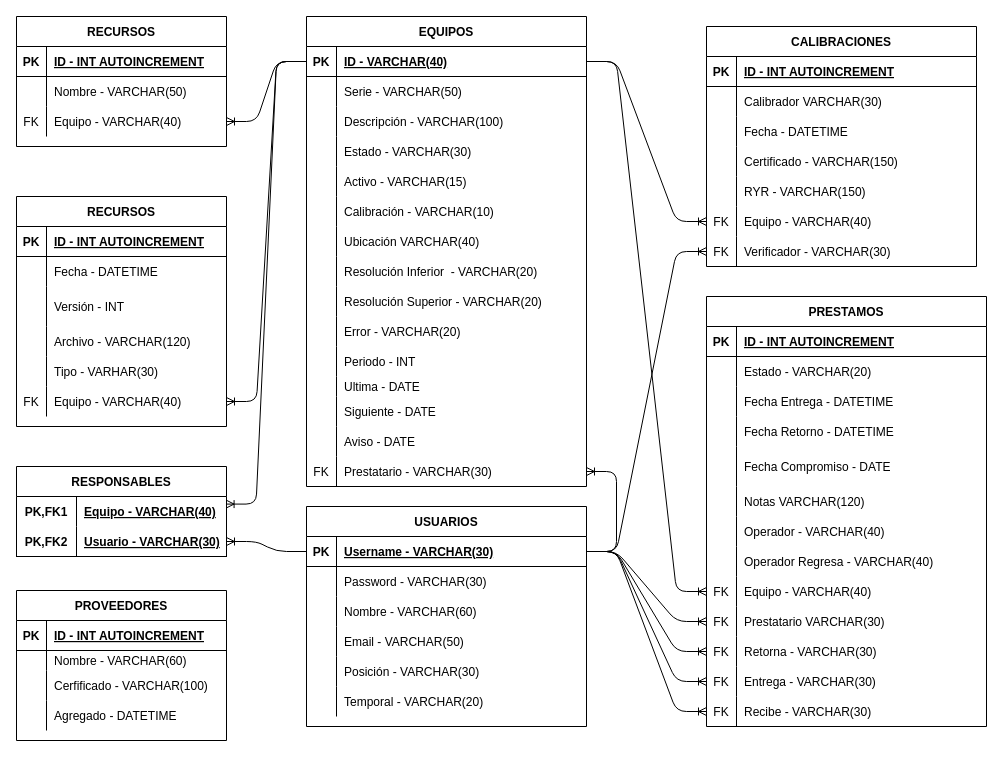
This is api/db/model/Diagrama de Tablas.drawio from FFahrenheit/Calibraciones-API, a draw.io file, before an edit. Source tidied: cells renumbered, new cells numbered last; positions are measured from the earlier drawing's top-left corner, leaving out a move shared by most shapes. Both pictures are drawn from the tidied source at 100%, with x=0, y=0 at pixel (16, 16).
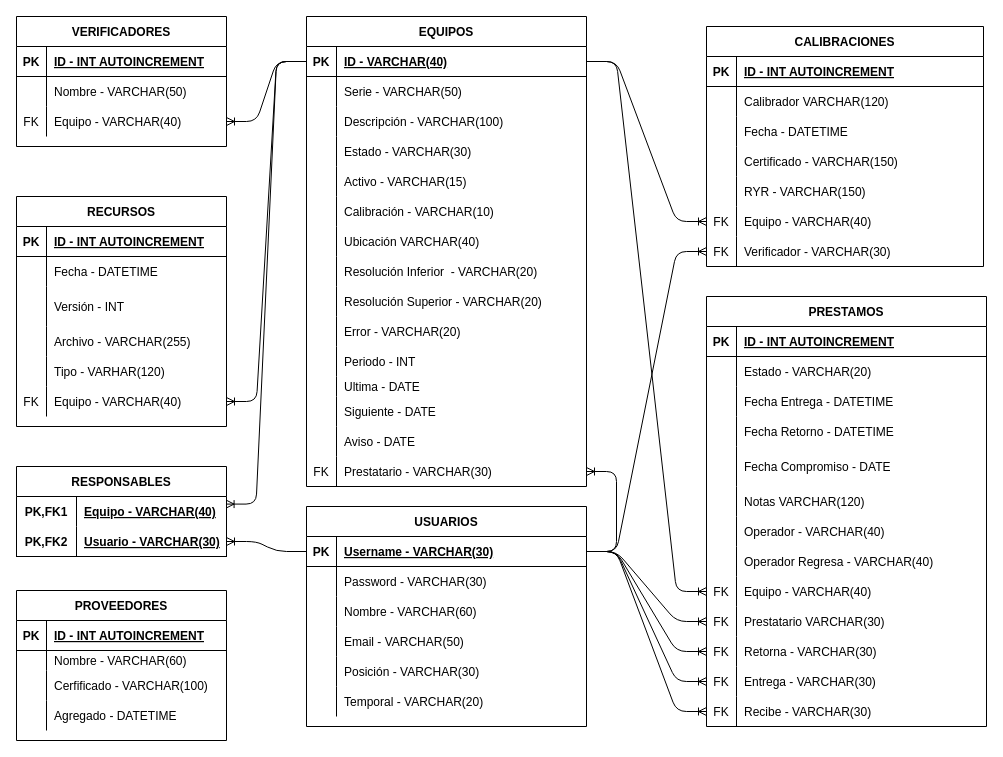
After the change.

Commit message (it also covers changes not shown here):
Actualizad tamaño de columnas para evitar truncado

The change refers to these unchanged cells:
```xml
<mxCell id="78" style="shape=partialRectangle;fillColor=none;top=0;left=0;bottom=0;right=0;" parent="68" vertex="1">
  <mxGeometry y="130" width="210" height="30" as="geometry" />
</mxCell>
<mxCell id="81" style="shape=partialRectangle;fillColor=none;top=0;left=0;bottom=0;right=0;" parent="68" vertex="1">
  <mxGeometry y="160" width="210" height="30" as="geometry" />
</mxCell>
```

Diff of the diagram source:
```diff
@@
-    <mxCell id="80" value="Archivo - VARCHAR(120)" style="shape=partialRectangle;fillColor=none;top=0;left=0;bottom=0;right=0;align=left;spacingLeft=6;overflow=hidden;" parent="78" vertex="1">
+    <mxCell id="80" value="Archivo - VARCHAR(255)" style="shape=partialRectangle;fillColor=none;top=0;left=0;bottom=0;right=0;align=left;spacingLeft=6;overflow=hidden;" parent="78" vertex="1">
       <mxGeometry x="30" width="180" height="30" as="geometry" />
     </mxCell>
@@
-    <mxCell id="83" value="Tipo - VARHAR(30)" style="shape=partialRectangle;fillColor=none;top=0;left=0;bottom=0;right=0;align=left;spacingLeft=6;overflow=hidden;" parent="81" vertex="1">
+    <mxCell id="83" value="Tipo - VARHAR(120)" style="shape=partialRectangle;fillColor=none;top=0;left=0;bottom=0;right=0;align=left;spacingLeft=6;overflow=hidden;" parent="81" vertex="1">
       <mxGeometry x="30" width="180" height="30" as="geometry" />
     </mxCell>
@@
     <mxCell id="142" value="CALIBRACIONES" style="shape=table;startSize=30;childLayout=tableLayout;rowLines=0;fontStyle=1;align=center;" parent="1" vertex="1">
-      <mxGeometry x="690" y="10" width="270" height="240" as="geometry" />
+      <mxGeometry x="690" y="10" width="277" height="240" as="geometry" />
     </mxCell>
     <mxCell id="143" style="shape=partialRectangle;fillColor=none;top=0;left=0;bottom=1;right=0;" parent="142" vertex="1">
-      <mxGeometry y="30" width="270" height="30" as="geometry" />
+      <mxGeometry y="30" width="277" height="30" as="geometry" />
     </mxCell>
@@
     <mxCell id="145" value="ID - INT AUTOINCREMENT" style="shape=partialRectangle;fillColor=none;top=0;left=0;bottom=0;right=0;align=left;spacingLeft=6;fontStyle=5;overflow=hidden;" parent="143" vertex="1">
-      <mxGeometry x="30" width="240" height="30" as="geometry" />
+      <mxGeometry x="30" width="247" height="30" as="geometry" />
     </mxCell>
     <mxCell id="146" style="shape=partialRectangle;fillColor=none;top=0;left=0;bottom=0;right=0;" parent="142" vertex="1">
-      <mxGeometry y="60" width="270" height="30" as="geometry" />
+      <mxGeometry y="60" width="277" height="30" as="geometry" />
     </mxCell>
@@
-    <mxCell id="148" value="Calibrador VARCHAR(30)" style="shape=partialRectangle;fillColor=none;top=0;left=0;bottom=0;right=0;align=left;spacingLeft=6;overflow=hidden;" parent="146" vertex="1">
-      <mxGeometry x="30" width="240" height="30" as="geometry" />
+    <mxCell id="148" value="Calibrador VARCHAR(120)" style="shape=partialRectangle;fillColor=none;top=0;left=0;bottom=0;right=0;align=left;spacingLeft=6;overflow=hidden;" parent="146" vertex="1">
+      <mxGeometry x="30" width="247" height="30" as="geometry" />
     </mxCell>
     <mxCell id="149" style="shape=partialRectangle;fillColor=none;top=0;left=0;bottom=0;right=0;" parent="142" vertex="1">
-      <mxGeometry y="90" width="270" height="30" as="geometry" />
+      <mxGeometry y="90" width="277" height="30" as="geometry" />
     </mxCell>
@@
     <mxCell id="151" value="Fecha - DATETIME" style="shape=partialRectangle;fillColor=none;top=0;left=0;bottom=0;right=0;align=left;spacingLeft=6;overflow=hidden;" parent="149" vertex="1">
-      <mxGeometry x="30" width="240" height="30" as="geometry" />
+      <mxGeometry x="30" width="247" height="30" as="geometry" />
     </mxCell>
     <mxCell id="152" style="shape=partialRectangle;fillColor=none;top=0;left=0;bottom=0;right=0;" parent="142" vertex="1">
-      <mxGeometry y="120" width="270" height="30" as="geometry" />
+      <mxGeometry y="120" width="277" height="30" as="geometry" />
     </mxCell>
@@
     <mxCell id="154" value="Certificado - VARCHAR(150)" style="shape=partialRectangle;fillColor=none;top=0;left=0;bottom=0;right=0;align=left;spacingLeft=6;overflow=hidden;" parent="152" vertex="1">
-      <mxGeometry x="30" width="240" height="30" as="geometry" />
+      <mxGeometry x="30" width="247" height="30" as="geometry" />
     </mxCell>
     <mxCell id="155" style="shape=partialRectangle;fillColor=none;top=0;left=0;bottom=0;right=0;" parent="142" vertex="1">
-      <mxGeometry y="150" width="270" height="30" as="geometry" />
+      <mxGeometry y="150" width="277" height="30" as="geometry" />
     </mxCell>
@@
     <mxCell id="157" value="RYR - VARCHAR(150)" style="shape=partialRectangle;fillColor=none;top=0;left=0;bottom=0;right=0;align=left;spacingLeft=6;overflow=hidden;" parent="155" vertex="1">
-      <mxGeometry x="30" width="240" height="30" as="geometry" />
+      <mxGeometry x="30" width="247" height="30" as="geometry" />
     </mxCell>
     <mxCell id="158" style="shape=partialRectangle;fillColor=none;top=0;left=0;bottom=0;right=0;points=[[0,0.5],[1,0.5]];portConstraint=eastwest;" parent="142" vertex="1">
-      <mxGeometry y="180" width="270" height="30" as="geometry" />
+      <mxGeometry y="180" width="277" height="30" as="geometry" />
     </mxCell>
@@
     <mxCell id="160" value="Equipo - VARCHAR(40)" style="shape=partialRectangle;fillColor=none;top=0;left=0;bottom=0;right=0;align=left;spacingLeft=6;fontStyle=0;overflow=hidden;" parent="158" vertex="1">
-      <mxGeometry x="30" width="240" height="30" as="geometry" />
+      <mxGeometry x="30" width="247" height="30" as="geometry" />
     </mxCell>
     <mxCell id="161" style="shape=partialRectangle;fillColor=none;top=0;left=0;bottom=0;right=0;points=[[0,0.5],[1,0.5]];portConstraint=eastwest;" parent="142" vertex="1">
-      <mxGeometry y="210" width="270" height="30" as="geometry" />
+      <mxGeometry y="210" width="277" height="30" as="geometry" />
     </mxCell>
@@
     <mxCell id="163" value="Verificador - VARCHAR(30)" style="shape=partialRectangle;fillColor=none;top=0;left=0;bottom=0;right=0;align=left;spacingLeft=6;fontStyle=0;overflow=hidden;" parent="161" vertex="1">
-      <mxGeometry x="30" width="240" height="30" as="geometry" />
+      <mxGeometry x="30" width="247" height="30" as="geometry" />
     </mxCell>
@@
-    <mxCell id="166" value="RECURSOS" style="shape=table;startSize=30;childLayout=tableLayout;rowLines=0;fontStyle=1;align=center;" parent="1" vertex="1">
+    <mxCell id="166" value="VERIFICADORES" style="shape=table;startSize=30;childLayout=tableLayout;rowLines=0;fontStyle=1;align=center;" parent="1" vertex="1">
       <mxGeometry width="210" height="130" as="geometry" />
     </mxCell>
```
